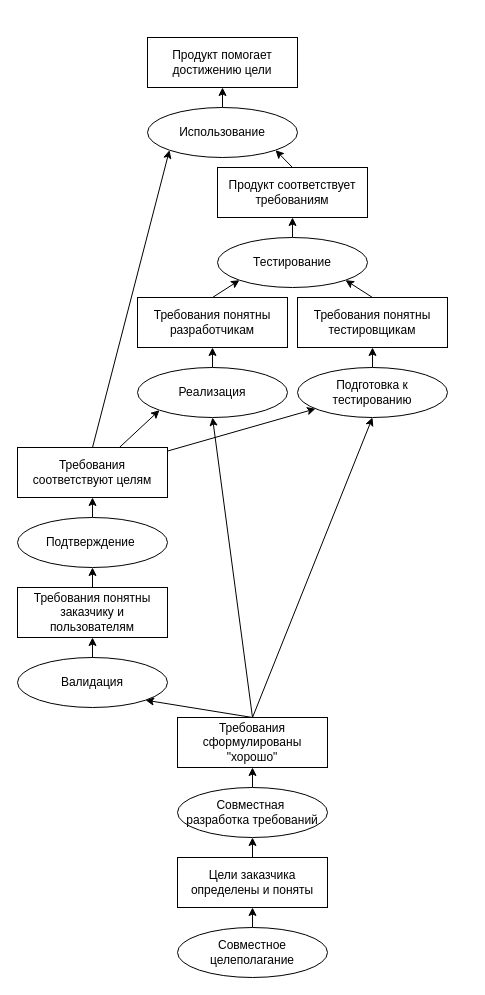
The draw.io diagram success-history.drawio in chaetal/why-test-first, before the edit. Source tidied: cells renumbered, new cells numbered last; positions are measured from the earlier drawing's top-left corner, leaving out a move shared by most shapes. Both pictures are drawn from the tidied source at 100%, with x=0, y=0 at pixel (17, 37).
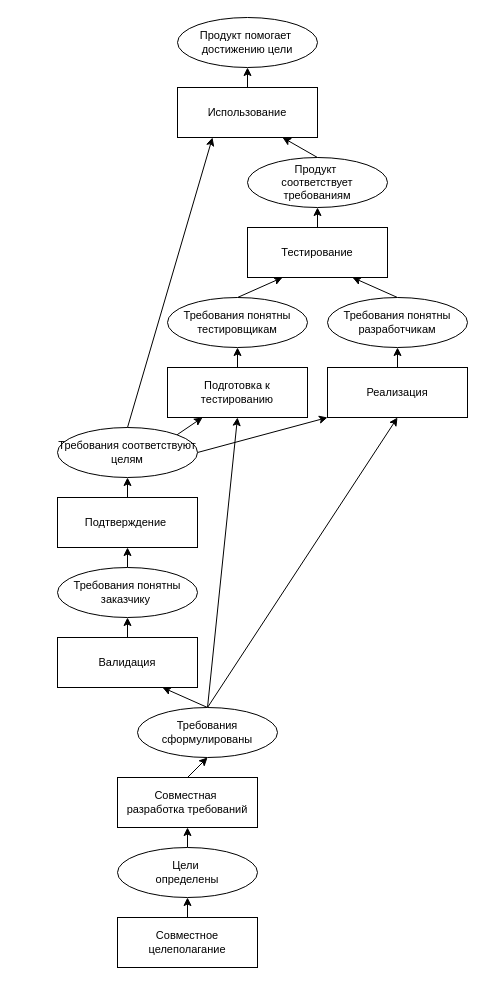
The same page after the edit.

Commit message:
More sizing and aligning success-history.drawio

What changed in the source:
```diff
@@
-    <mxCell id="2" value="Продукт соответствует требованиям" style="rounded=0;whiteSpace=wrap;html=1;" parent="1" vertex="1">
-      <mxGeometry x="200" y="130" width="150" height="50" as="geometry" />
+    <mxCell id="2" value="Продукт&amp;nbsp;&lt;div style=&quot;font-size: 11px;&quot;&gt;соответствует требованиям&lt;/div&gt;" style="ellipse;whiteSpace=wrap;html=1;fontSize=11;" parent="1" vertex="1">
+      <mxGeometry x="230" y="120" width="140" height="50" as="geometry" />
     </mxCell>
-    <mxCell id="3" style="rounded=0;jettySize=auto;html=1;" parent="1" edge="1" source="5" target="28">
+    <mxCell id="3" style="rounded=0;jettySize=auto;html=1;entryX=0.25;entryY=1;entryDx=0;entryDy=0;exitX=1;exitY=0;exitDx=0;exitDy=0;fontSize=11;" parent="1" edge="1" source="5" target="28">
       <mxGeometry relative="1" as="geometry" />
     </mxCell>
-    <mxCell id="4" style="rounded=0;jettySize=auto;html=1;entryX=0;entryY=1;entryDx=0;entryDy=0;" parent="1" edge="1" source="5" target="26">
+    <mxCell id="4" style="rounded=0;jettySize=auto;html=1;entryX=0;entryY=1;entryDx=0;entryDy=0;exitX=1;exitY=0.5;exitDx=0;exitDy=0;fontSize=11;" parent="1" edge="1" source="5" target="26">
       <mxGeometry relative="1" as="geometry" />
     </mxCell>
-    <mxCell id="5" value="Требования соответствуют целям" style="rounded=0;whiteSpace=wrap;html=1;" parent="1" vertex="1">
-      <mxGeometry y="410" width="150" height="50" as="geometry" />
+    <mxCell id="5" value="Требования соответствуют целям" style="ellipse;whiteSpace=wrap;html=1;fontSize=11;" parent="1" vertex="1">
+      <mxGeometry x="40" y="390" width="140" height="50" as="geometry" />
     </mxCell>
-    <mxCell id="6" style="rounded=0;jettySize=auto;html=1;entryX=0;entryY=1;entryDx=0;entryDy=0;exitX=0.5;exitY=0;exitDx=0;exitDy=0;" parent="1" edge="1" source="7" target="22">
+    <mxCell id="6" style="rounded=0;jettySize=auto;html=1;entryX=0.75;entryY=1;entryDx=0;entryDy=0;exitX=0.5;exitY=0;exitDx=0;exitDy=0;fontSize=11;" parent="1" edge="1" source="7" target="22">
       <mxGeometry relative="1" as="geometry" />
     </mxCell>
-    <mxCell id="7" value="Требования понятны разработчикам" style="whiteSpace=wrap;html=1;" parent="1" vertex="1">
-      <mxGeometry x="120" y="260" width="150" height="50" as="geometry" />
+    <mxCell id="7" value="Требования понятны разработчикам" style="ellipse;whiteSpace=wrap;html=1;fontSize=11;" parent="1" vertex="1">
+      <mxGeometry x="310" y="260" width="140" height="50" as="geometry" />
     </mxCell>
-    <mxCell id="8" style="rounded=0;jettySize=auto;html=1;exitX=0.5;exitY=0;exitDx=0;exitDy=0;entryX=1;entryY=1;entryDx=0;entryDy=0;" parent="1" edge="1" source="9" target="22">
+    <mxCell id="8" style="rounded=0;jettySize=auto;html=1;exitX=0.5;exitY=0;exitDx=0;exitDy=0;entryX=0.25;entryY=1;entryDx=0;entryDy=0;fontSize=11;" parent="1" edge="1" source="9" target="22">
       <mxGeometry relative="1" as="geometry" />
     </mxCell>
-    <mxCell id="9" value="Требования понятны тестировщикам" style="whiteSpace=wrap;html=1;" parent="1" vertex="1">
-      <mxGeometry x="280" y="260" width="150" height="50" as="geometry" />
+    <mxCell id="9" value="Требования понятны тестировщикам" style="ellipse;whiteSpace=wrap;html=1;fontSize=11;" parent="1" vertex="1">
+      <mxGeometry x="150" y="260" width="140" height="50" as="geometry" />
     </mxCell>
-    <mxCell id="10" style="rounded=0;jettySize=auto;html=1;entryX=0.5;entryY=1;entryDx=0;entryDy=0;exitX=0.5;exitY=0;exitDx=0;exitDy=0;" parent="1" edge="1" source="13" target="26">
+    <mxCell id="10" style="rounded=0;jettySize=auto;html=1;entryX=0.5;entryY=1;entryDx=0;entryDy=0;exitX=0.5;exitY=0;exitDx=0;exitDy=0;fontSize=11;" parent="1" edge="1" source="13" target="26">
       <mxGeometry relative="1" as="geometry" />
     </mxCell>
-    <mxCell id="11" style="rounded=0;jettySize=auto;html=1;exitX=0.5;exitY=0;exitDx=0;exitDy=0;entryX=0.5;entryY=1;entryDx=0;entryDy=0;" parent="1" edge="1" source="13" target="28">
+    <mxCell id="11" style="rounded=0;jettySize=auto;html=1;exitX=0.5;exitY=0;exitDx=0;exitDy=0;entryX=0.5;entryY=1;entryDx=0;entryDy=0;fontSize=11;" parent="1" edge="1" source="13" target="28">
       <mxGeometry relative="1" as="geometry" />
     </mxCell>
-    <mxCell id="12" style="rounded=0;jettySize=auto;html=1;exitX=0.5;exitY=0;exitDx=0;exitDy=0;entryX=1;entryY=1;entryDx=0;entryDy=0;" parent="1" edge="1" source="13" target="32">
+    <mxCell id="12" style="rounded=0;jettySize=auto;html=1;exitX=0.5;exitY=0;exitDx=0;exitDy=0;entryX=0.75;entryY=1;entryDx=0;entryDy=0;fontSize=11;" parent="1" edge="1" source="13" target="32">
       <mxGeometry relative="1" as="geometry" />
     </mxCell>
-    <mxCell id="13" value="Требования сформулированы &quot;хорошо&quot;" style="whiteSpace=wrap;html=1;" parent="1" vertex="1">
-      <mxGeometry x="160" y="680" width="150" height="50" as="geometry" />
+    <mxCell id="13" value="Требования сформулированы" style="ellipse;whiteSpace=wrap;html=1;fontSize=11;" parent="1" vertex="1">
+      <mxGeometry x="120" y="670" width="140" height="50" as="geometry" />
     </mxCell>
-    <mxCell id="14" style="rounded=0;jettySize=auto;html=1;entryX=0.5;entryY=1;entryDx=0;entryDy=0;" parent="1" edge="1" source="15" target="34">
+    <mxCell id="14" style="rounded=0;jettySize=auto;html=1;entryX=0.5;entryY=1;entryDx=0;entryDy=0;fontSize=11;" parent="1" edge="1" source="15" target="34">
       <mxGeometry relative="1" as="geometry" />
     </mxCell>
-    <mxCell id="15" value="Цели заказчика определены и поняты" style="whiteSpace=wrap;html=1;" parent="1" vertex="1">
-      <mxGeometry x="160" y="820" width="150" height="50" as="geometry" />
+    <mxCell id="15" value="Цели&amp;nbsp;&lt;div style=&quot;font-size: 11px;&quot;&gt;&lt;span style=&quot;background-color: initial; font-size: 11px;&quot;&gt;определены&lt;/span&gt;&lt;/div&gt;" style="ellipse;whiteSpace=wrap;html=1;fontSize=11;" parent="1" vertex="1">
+      <mxGeometry x="100" y="810" width="140" height="50" as="geometry" />
     </mxCell>
-    <mxCell id="16" value="Продукт помогает достижению цели" style="rounded=0;whiteSpace=wrap;html=1;" parent="1" vertex="1">
-      <mxGeometry x="130" width="150" height="50" as="geometry" />
+    <mxCell id="16" value="Продукт помогает&amp;nbsp;&lt;div style=&quot;font-size: 11px;&quot;&gt;достижению цели&lt;/div&gt;" style="ellipse;whiteSpace=wrap;html=1;fontSize=11;" parent="1" vertex="1">
+      <mxGeometry x="160" y="-20" width="140" height="50" as="geometry" />
     </mxCell>
-    <mxCell id="17" style="endArrow=classic;html=1;rounded=0;exitX=0.5;exitY=0;exitDx=0;exitDy=0;entryX=1;entryY=1;entryDx=0;entryDy=0;" parent="1" edge="1" source="2" target="20">
+    <mxCell id="17" style="endArrow=classic;html=1;rounded=0;exitX=0.5;exitY=0;exitDx=0;exitDy=0;entryX=0.75;entryY=1;entryDx=0;entryDy=0;fontSize=11;" parent="1" edge="1" source="2" target="20">
       <mxGeometry relative="1" as="geometry" />
     </mxCell>
-    <mxCell id="18" style="endArrow=classic;html=1;rounded=0;exitX=0.5;exitY=0;exitDx=0;exitDy=0;entryX=0;entryY=1;entryDx=0;entryDy=0;" parent="1" edge="1" source="5" target="20">
+    <mxCell id="18" style="endArrow=classic;html=1;rounded=0;exitX=0.5;exitY=0;exitDx=0;exitDy=0;entryX=0.25;entryY=1;entryDx=0;entryDy=0;fontSize=11;" parent="1" edge="1" source="5" target="20">
       <mxGeometry relative="1" as="geometry" />
     </mxCell>
-    <mxCell id="19" style="rounded=0;jettySize=auto;html=1;entryX=0.5;entryY=1;entryDx=0;entryDy=0;" parent="1" edge="1" source="20" target="16">
+    <mxCell id="19" style="rounded=0;jettySize=auto;html=1;entryX=0.5;entryY=1;entryDx=0;entryDy=0;fontSize=11;" parent="1" edge="1" source="20" target="16">
       <mxGeometry relative="1" as="geometry" />
     </mxCell>
-    <mxCell id="20" value="Использование" style="ellipse;whiteSpace=wrap;html=1;" parent="1" vertex="1">
-      <mxGeometry x="130" y="70" width="150" height="50" as="geometry" />
+    <mxCell id="20" value="Использование" style="rounded=0;whiteSpace=wrap;html=1;fontSize=11;" parent="1" vertex="1">
+      <mxGeometry x="160" y="50" width="140" height="50" as="geometry" />
     </mxCell>
-    <mxCell id="21" style="rounded=0;jettySize=auto;html=1;entryX=0.5;entryY=1;entryDx=0;entryDy=0;" parent="1" edge="1" source="22" target="2">
+    <mxCell id="21" style="rounded=0;jettySize=auto;html=1;entryX=0.5;entryY=1;entryDx=0;entryDy=0;fontSize=11;" parent="1" edge="1" source="22" target="2">
       <mxGeometry relative="1" as="geometry" />
     </mxCell>
-    <mxCell id="22" value="Тестирование" style="ellipse;whiteSpace=wrap;html=1;" parent="1" vertex="1">
-      <mxGeometry x="200" y="200" width="150" height="50" as="geometry" />
+    <mxCell id="22" value="Тестирование" style="whiteSpace=wrap;html=1;fontSize=11;" parent="1" vertex="1">
+      <mxGeometry x="230" y="190" width="140" height="50" as="geometry" />
     </mxCell>
-    <mxCell id="23" style="rounded=0;jettySize=auto;html=1;" parent="1" edge="1" source="24" target="5">
+    <mxCell id="23" style="rounded=0;jettySize=auto;html=1;fontSize=11;" parent="1" edge="1" source="24" target="5">
       <mxGeometry relative="1" as="geometry" />
     </mxCell>
-    <mxCell id="24" value="Подтверждение&amp;nbsp;" style="ellipse;whiteSpace=wrap;html=1;" parent="1" vertex="1">
-      <mxGeometry y="480" width="150" height="50" as="geometry" />
+    <mxCell id="24" value="Подтверждение&amp;nbsp;" style="whiteSpace=wrap;html=1;fontSize=11;" parent="1" vertex="1">
+      <mxGeometry x="40" y="460" width="140" height="50" as="geometry" />
     </mxCell>
-    <mxCell id="25" style="rounded=0;jettySize=auto;html=1;entryX=0.5;entryY=1;entryDx=0;entryDy=0;" parent="1" edge="1" source="26" target="7">
+    <mxCell id="25" style="rounded=0;jettySize=auto;html=1;entryX=0.5;entryY=1;entryDx=0;entryDy=0;fontSize=11;" parent="1" edge="1" source="26" target="7">
       <mxGeometry relative="1" as="geometry" />
     </mxCell>
-    <mxCell id="26" value="Реализация" style="ellipse;whiteSpace=wrap;html=1;" parent="1" vertex="1">
-      <mxGeometry x="120" y="330" width="150" height="50" as="geometry" />
+    <mxCell id="26" value="Реализация" style="whiteSpace=wrap;html=1;fontSize=11;" parent="1" vertex="1">
+      <mxGeometry x="310" y="330" width="140" height="50" as="geometry" />
     </mxCell>
-    <mxCell id="27" style="rounded=0;jettySize=auto;html=1;entryX=0.5;entryY=1;entryDx=0;entryDy=0;exitX=0.5;exitY=0;exitDx=0;exitDy=0;" parent="1" edge="1" source="28" target="9">
+    <mxCell id="27" style="rounded=0;jettySize=auto;html=1;entryX=0.5;entryY=1;entryDx=0;entryDy=0;exitX=0.5;exitY=0;exitDx=0;exitDy=0;fontSize=11;" parent="1" edge="1" source="28" target="9">
       <mxGeometry relative="1" as="geometry" />
     </mxCell>
-    <mxCell id="28" value="Подготовка к тестированию" style="ellipse;whiteSpace=wrap;html=1;" parent="1" vertex="1">
-      <mxGeometry x="280" y="330" width="150" height="50" as="geometry" />
+    <mxCell id="28" value="Подготовка к тестированию" style="whiteSpace=wrap;html=1;fontSize=11;" parent="1" vertex="1">
+      <mxGeometry x="150" y="330" width="140" height="50" as="geometry" />
     </mxCell>
-    <mxCell id="29" style="rounded=0;jettySize=auto;html=1;exitX=0.5;exitY=0;exitDx=0;exitDy=0;entryX=0.5;entryY=1;entryDx=0;entryDy=0;" parent="1" edge="1" source="34" target="13">
+    <mxCell id="29" style="rounded=0;jettySize=auto;html=1;exitX=0.5;exitY=0;exitDx=0;exitDy=0;entryX=0.5;entryY=1;entryDx=0;entryDy=0;fontSize=11;" parent="1" edge="1" source="34" target="13">
       <mxGeometry relative="1" as="geometry" />
     </mxCell>
-    <mxCell id="30" style="rounded=0;jettySize=auto;html=1;entryX=0.5;entryY=1;entryDx=0;entryDy=0;" parent="1" edge="1" source="31" target="24">
+    <mxCell id="30" style="rounded=0;jettySize=auto;html=1;entryX=0.5;entryY=1;entryDx=0;entryDy=0;fontSize=11;" parent="1" edge="1" source="31" target="24">
       <mxGeometry relative="1" as="geometry" />
     </mxCell>
-    <mxCell id="31" value="Требования понятны заказчику и пользователям" style="rounded=0;whiteSpace=wrap;html=1;" parent="1" vertex="1">
-      <mxGeometry y="550" width="150" height="50" as="geometry" />
+    <mxCell id="31" value="Требования понятны заказчику&amp;nbsp;" style="ellipse;whiteSpace=wrap;html=1;fontSize=11;" parent="1" vertex="1">
+      <mxGeometry x="40" y="530" width="140" height="50" as="geometry" />
     </mxCell>
-    <mxCell id="32" value="Валидация" style="ellipse;whiteSpace=wrap;html=1;" parent="1" vertex="1">
-      <mxGeometry y="620" width="150" height="50" as="geometry" />
+    <mxCell id="32" value="Валидация" style="whiteSpace=wrap;html=1;fontSize=11;" parent="1" vertex="1">
+      <mxGeometry x="40" y="600" width="140" height="50" as="geometry" />
     </mxCell>
-    <mxCell id="33" style="rounded=0;jettySize=auto;html=1;entryX=0.5;entryY=1;entryDx=0;entryDy=0;" parent="1" edge="1" source="32" target="31">
+    <mxCell id="33" style="rounded=0;jettySize=auto;html=1;entryX=0.5;entryY=1;entryDx=0;entryDy=0;fontSize=11;" parent="1" edge="1" source="32" target="31">
       <mxGeometry relative="1" as="geometry" />
     </mxCell>
-    <mxCell id="34" value="Совместная&amp;nbsp;&lt;div&gt;разработка&amp;nbsp;&lt;span style=&quot;background-color: initial;&quot;&gt;требований&lt;/span&gt;&lt;/div&gt;" style="ellipse;whiteSpace=wrap;html=1;" parent="1" vertex="1">
-      <mxGeometry x="160" y="750" width="150" height="50" as="geometry" />
+    <mxCell id="34" value="Совместная&amp;nbsp;&lt;div style=&quot;font-size: 11px;&quot;&gt;разработка&amp;nbsp;&lt;span style=&quot;background-color: initial; font-size: 11px;&quot;&gt;требований&lt;/span&gt;&lt;/div&gt;" style="whiteSpace=wrap;html=1;fontSize=11;" parent="1" vertex="1">
+      <mxGeometry x="100" y="740" width="140" height="50" as="geometry" />
     </mxCell>
-    <mxCell id="35" style="rounded=0;jettySize=auto;html=1;entryX=0.5;entryY=1;entryDx=0;entryDy=0;" parent="1" edge="1" source="36" target="15">
+    <mxCell id="35" style="rounded=0;jettySize=auto;html=1;entryX=0.5;entryY=1;entryDx=0;entryDy=0;fontSize=11;" parent="1" edge="1" source="36" target="15">
       <mxGeometry relative="1" as="geometry" />
     </mxCell>
-    <mxCell id="36" value="Совместное целеполаган&lt;span style=&quot;background-color: initial;&quot;&gt;ие&lt;/span&gt;" style="ellipse;whiteSpace=wrap;html=1;" parent="1" vertex="1">
-      <mxGeometry x="160" y="890" width="150" height="50" as="geometry" />
+    <mxCell id="36" value="Совместное целеполаган&lt;span style=&quot;background-color: initial; font-size: 11px;&quot;&gt;ие&lt;/span&gt;" style="whiteSpace=wrap;html=1;fontSize=11;" parent="1" vertex="1">
+      <mxGeometry x="100" y="880" width="140" height="50" as="geometry" />
     </mxCell>
-    <mxCell id="37" style="edgeStyle=orthogonalEdgeStyle;rounded=0;orthogonalLoop=1;jettySize=auto;html=1;exitX=0.5;exitY=1;exitDx=0;exitDy=0;" parent="1" edge="1" source="13" target="13">
+    <mxCell id="37" style="edgeStyle=orthogonalEdgeStyle;rounded=0;orthogonalLoop=1;jettySize=auto;html=1;exitX=0.5;exitY=1;exitDx=0;exitDy=0;fontSize=11;" parent="1" edge="1" source="13" target="13">
       <mxGeometry relative="1" as="geometry" />
     </mxCell>
```
